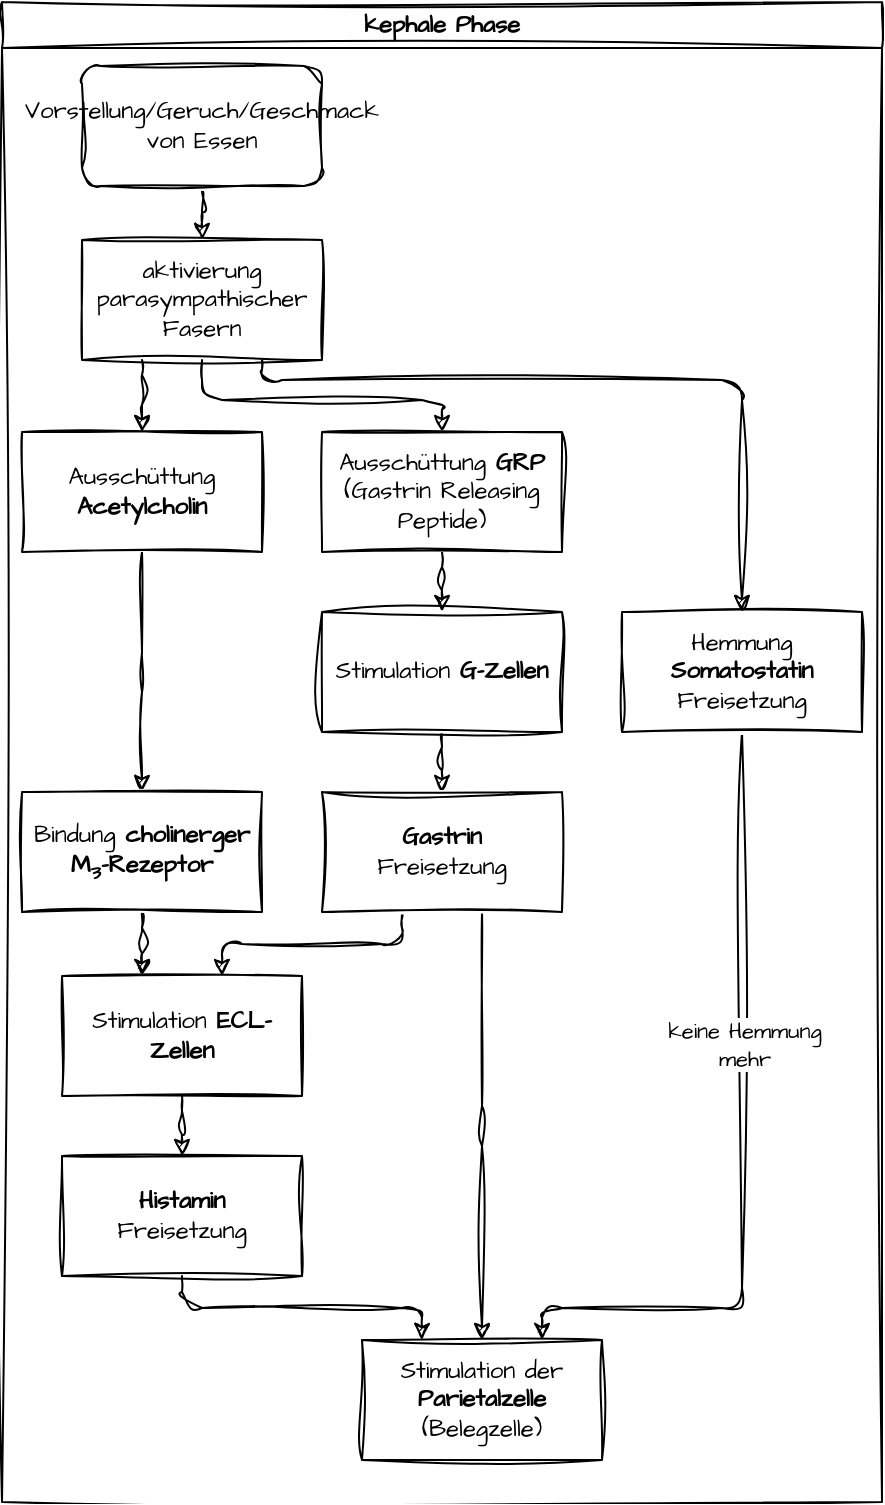
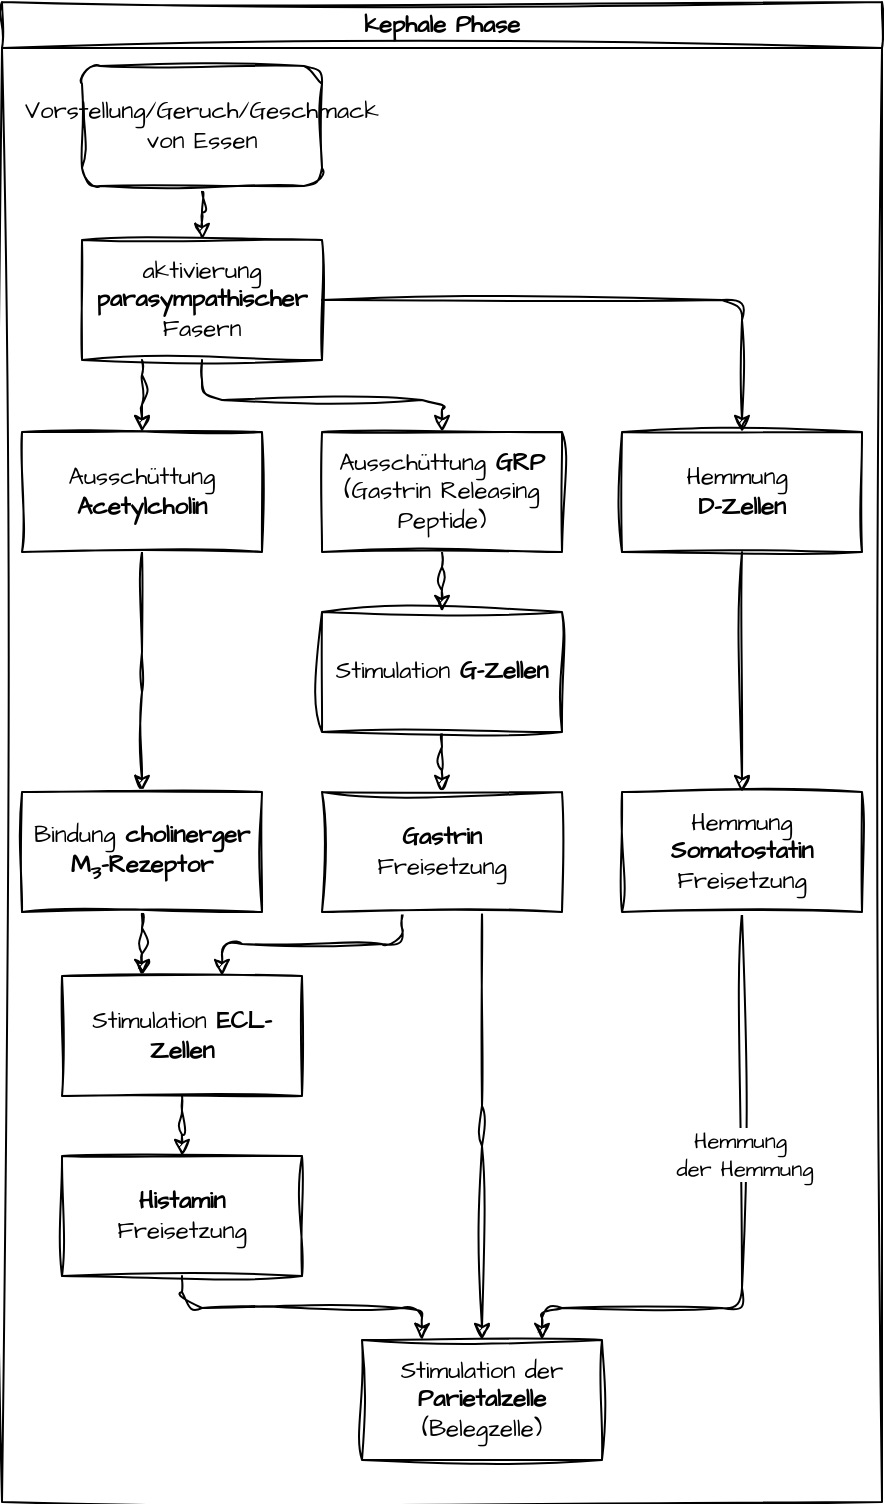
<mxfile host="app.diagrams.net">
  <diagram name="Seite-1" id="ZkxCS-knbjv807ul3-xC">
-     <mxGraphModel dx="1193" dy="740" grid="1" gridSize="10" guides="1" tooltips="1" connect="1" arrows="1" fold="1" page="1" pageScale="1" pageWidth="1169" pageHeight="1169" math="0" shadow="0">
+     <mxGraphModel dx="699" dy="434" grid="1" gridSize="10" guides="1" tooltips="1" connect="1" arrows="1" fold="1" page="1" pageScale="1" pageWidth="1169" pageHeight="1169" math="0" shadow="0">
      <root>
        <mxCell id="0" />
        <mxCell id="1" parent="0" />
        <mxCell id="Gn51nUAQPkRAiKk4klVY-2" parent="1" style="swimlane;whiteSpace=wrap;html=1;sketch=1;hachureGap=4;jiggle=2;curveFitting=1;fontFamily=Architects Daughter;fontSource=https%3A%2F%2Ffonts.googleapis.com%2Fcss%3Ffamily%3DArchitects%2BDaughter;" value="kephale Phase" vertex="1">
          <mxGeometry height="750" width="440" x="70" y="70" as="geometry" />
        </mxCell>
        <mxCell id="Gn51nUAQPkRAiKk4klVY-5" edge="1" parent="Gn51nUAQPkRAiKk4klVY-2" source="Gn51nUAQPkRAiKk4klVY-3" style="rounded=1;sketch=1;hachureGap=4;jiggle=2;curveFitting=1;orthogonalLoop=1;jettySize=auto;html=1;fontFamily=Architects Daughter;fontSource=https%3A%2F%2Ffonts.googleapis.com%2Fcss%3Ffamily%3DArchitects%2BDaughter;curved=0;exitX=0.5;exitY=1;entryX=0.5;entryY=0;edgeStyle=orthogonalEdgeStyle;" target="Gn51nUAQPkRAiKk4klVY-4">
          <mxGeometry relative="1" as="geometry">
            <Array as="points">
              <mxPoint x="100" y="98" />
            </Array>
          </mxGeometry>
        </mxCell>
        <mxCell id="Gn51nUAQPkRAiKk4klVY-3" parent="Gn51nUAQPkRAiKk4klVY-2" style="rounded=1;whiteSpace=wrap;html=1;sketch=1;hachureGap=4;jiggle=2;curveFitting=1;fontFamily=Architects Daughter;fontSource=https%3A%2F%2Ffonts.googleapis.com%2Fcss%3Ffamily%3DArchitects%2BDaughter;" value="Vorstellung/Geruch/Geschmack von Essen" vertex="1">
          <mxGeometry height="60" width="120" x="40" y="32" as="geometry" />
        </mxCell>
        <mxCell id="Gn51nUAQPkRAiKk4klVY-18" edge="1" parent="Gn51nUAQPkRAiKk4klVY-2" source="Gn51nUAQPkRAiKk4klVY-4" style="rounded=1;sketch=1;hachureGap=4;jiggle=2;curveFitting=1;orthogonalLoop=1;jettySize=auto;html=1;fontFamily=Architects Daughter;fontSource=https%3A%2F%2Ffonts.googleapis.com%2Fcss%3Ffamily%3DArchitects%2BDaughter;curved=0;exitX=0.25;exitY=1;entryX=0.5;entryY=0;edgeStyle=orthogonalEdgeStyle;" target="Gn51nUAQPkRAiKk4klVY-6">
          <mxGeometry relative="1" as="geometry">
            <Array as="points">
              <mxPoint x="70" y="194" />
            </Array>
          </mxGeometry>
        </mxCell>
        <mxCell id="Gn51nUAQPkRAiKk4klVY-19" edge="1" parent="Gn51nUAQPkRAiKk4klVY-2" source="Gn51nUAQPkRAiKk4klVY-4" style="rounded=1;sketch=1;hachureGap=4;jiggle=2;curveFitting=1;orthogonalLoop=1;jettySize=auto;html=1;fontFamily=Architects Daughter;fontSource=https%3A%2F%2Ffonts.googleapis.com%2Fcss%3Ffamily%3DArchitects%2BDaughter;curved=0;exitX=0.5;exitY=1;entryX=0.5;entryY=0;edgeStyle=orthogonalEdgeStyle;" target="Gn51nUAQPkRAiKk4klVY-11">
          <mxGeometry relative="1" as="geometry">
            <Array as="points">
              <mxPoint x="100" y="199" />
              <mxPoint x="220" y="199" />
            </Array>
          </mxGeometry>
        </mxCell>
-         <mxCell id="Gn51nUAQPkRAiKk4klVY-25" edge="1" parent="Gn51nUAQPkRAiKk4klVY-2" source="Gn51nUAQPkRAiKk4klVY-4" style="rounded=1;sketch=1;hachureGap=4;jiggle=2;curveFitting=1;orthogonalLoop=1;jettySize=auto;html=1;fontFamily=Architects Daughter;fontSource=https%3A%2F%2Ffonts.googleapis.com%2Fcss%3Ffamily%3DArchitects%2BDaughter;curved=0;exitX=0.75;exitY=1;entryX=0.5;entryY=0;edgeStyle=orthogonalEdgeStyle;" target="Gn51nUAQPkRAiKk4klVY-24">
-           <mxGeometry relative="1" as="geometry">
-             <Array as="points">
-               <mxPoint x="130" y="189" />
-               <mxPoint x="370" y="189" />
-             </Array>
-           </mxGeometry>
-         </mxCell>
-         <mxCell id="Gn51nUAQPkRAiKk4klVY-4" parent="Gn51nUAQPkRAiKk4klVY-2" style="whiteSpace=wrap;html=1;sketch=1;hachureGap=4;jiggle=2;curveFitting=1;fontFamily=Architects Daughter;fontSource=https%3A%2F%2Ffonts.googleapis.com%2Fcss%3Ffamily%3DArchitects%2BDaughter;" value="aktivierung parasympathischer Fasern" vertex="1">
+         <mxCell id="Gn51nUAQPkRAiKk4klVY-4" parent="Gn51nUAQPkRAiKk4klVY-2" style="whiteSpace=wrap;html=1;sketch=1;hachureGap=4;jiggle=2;curveFitting=1;fontFamily=Architects Daughter;fontSource=https%3A%2F%2Ffonts.googleapis.com%2Fcss%3Ffamily%3DArchitects%2BDaughter;" value="aktivierung &lt;b&gt;parasympathischer&lt;/b&gt; Fasern" vertex="1">
          <mxGeometry height="60" width="120" x="40" y="119" as="geometry" />
        </mxCell>
        <mxCell id="Gn51nUAQPkRAiKk4klVY-20" edge="1" parent="Gn51nUAQPkRAiKk4klVY-2" source="Gn51nUAQPkRAiKk4klVY-6" style="rounded=1;sketch=1;hachureGap=4;jiggle=2;curveFitting=1;orthogonalLoop=1;jettySize=auto;html=1;fontFamily=Architects Daughter;fontSource=https%3A%2F%2Ffonts.googleapis.com%2Fcss%3Ffamily%3DArchitects%2BDaughter;curved=0;exitX=0.5;exitY=1;entryX=0.5;entryY=0;edgeStyle=orthogonalEdgeStyle;" target="Gn51nUAQPkRAiKk4klVY-7">
          <mxGeometry relative="1" as="geometry">
            <Array as="points">
              <mxPoint x="70" y="335" />
            </Array>
          </mxGeometry>
        </mxCell>
        <mxCell id="Gn51nUAQPkRAiKk4klVY-6" parent="Gn51nUAQPkRAiKk4klVY-2" style="whiteSpace=wrap;html=1;sketch=1;hachureGap=4;jiggle=2;curveFitting=1;fontFamily=Architects Daughter;fontSource=https%3A%2F%2Ffonts.googleapis.com%2Fcss%3Ffamily%3DArchitects%2BDaughter;" value="Ausschüttung &lt;b&gt;Acetylcholin&lt;/b&gt;" vertex="1">
          <mxGeometry height="60" width="120" x="10" y="215" as="geometry" />
        </mxCell>
        <mxCell id="Gn51nUAQPkRAiKk4klVY-21" edge="1" parent="Gn51nUAQPkRAiKk4klVY-2" source="Gn51nUAQPkRAiKk4klVY-7" style="rounded=1;sketch=1;hachureGap=4;jiggle=2;curveFitting=1;orthogonalLoop=1;jettySize=auto;html=1;fontFamily=Architects Daughter;fontSource=https%3A%2F%2Ffonts.googleapis.com%2Fcss%3Ffamily%3DArchitects%2BDaughter;curved=0;exitX=0.5;exitY=1;entryX=0.3333;entryY=0;edgeStyle=orthogonalEdgeStyle;" target="Gn51nUAQPkRAiKk4klVY-9">
          <mxGeometry relative="1" as="geometry">
            <Array as="points">
              <mxPoint x="70" y="471" />
            </Array>
          </mxGeometry>
        </mxCell>
        <mxCell id="Gn51nUAQPkRAiKk4klVY-7" parent="Gn51nUAQPkRAiKk4klVY-2" style="whiteSpace=wrap;html=1;sketch=1;hachureGap=4;jiggle=2;curveFitting=1;fontFamily=Architects Daughter;fontSource=https%3A%2F%2Ffonts.googleapis.com%2Fcss%3Ffamily%3DArchitects%2BDaughter;" value="Bindung &lt;b&gt;cholinerger M&lt;sub&gt;3&lt;/sub&gt;-Rezeptor&lt;/b&gt;" vertex="1">
          <mxGeometry height="60" width="120" x="10" y="395" as="geometry" />
        </mxCell>
        <mxCell id="Gn51nUAQPkRAiKk4klVY-8" parent="Gn51nUAQPkRAiKk4klVY-2" style="whiteSpace=wrap;html=1;sketch=1;hachureGap=4;jiggle=2;curveFitting=1;fontFamily=Architects Daughter;fontSource=https%3A%2F%2Ffonts.googleapis.com%2Fcss%3Ffamily%3DArchitects%2BDaughter;" value="&lt;div&gt;Stimulation der &lt;b&gt;Parietalzelle&lt;/b&gt;&lt;/div&gt;(Belegzelle)" vertex="1">
          <mxGeometry height="60" width="120" x="180" y="669" as="geometry" />
        </mxCell>
        <mxCell id="Gn51nUAQPkRAiKk4klVY-9" parent="Gn51nUAQPkRAiKk4klVY-2" style="whiteSpace=wrap;html=1;sketch=1;hachureGap=4;jiggle=2;curveFitting=1;fontFamily=Architects Daughter;fontSource=https%3A%2F%2Ffonts.googleapis.com%2Fcss%3Ffamily%3DArchitects%2BDaughter;" value="Stimulation &lt;b&gt;ECL-Zellen&lt;/b&gt;" vertex="1">
          <mxGeometry height="60" width="120" x="30" y="487" as="geometry" />
        </mxCell>
        <mxCell id="Gn51nUAQPkRAiKk4klVY-16" edge="1" parent="Gn51nUAQPkRAiKk4klVY-2" source="Gn51nUAQPkRAiKk4klVY-11" style="rounded=1;sketch=1;hachureGap=4;jiggle=2;curveFitting=1;orthogonalLoop=1;jettySize=auto;html=1;fontFamily=Architects Daughter;fontSource=https%3A%2F%2Ffonts.googleapis.com%2Fcss%3Ffamily%3DArchitects%2BDaughter;curved=0;exitX=0.5;exitY=1;entryX=0.5;entryY=0;edgeStyle=orthogonalEdgeStyle;" target="Gn51nUAQPkRAiKk4klVY-12">
          <mxGeometry relative="1" as="geometry">
            <Array as="points">
              <mxPoint x="220" y="290" />
            </Array>
          </mxGeometry>
        </mxCell>
        <mxCell id="Gn51nUAQPkRAiKk4klVY-11" parent="Gn51nUAQPkRAiKk4klVY-2" style="whiteSpace=wrap;html=1;sketch=1;hachureGap=4;jiggle=2;curveFitting=1;fontFamily=Architects Daughter;fontSource=https%3A%2F%2Ffonts.googleapis.com%2Fcss%3Ffamily%3DArchitects%2BDaughter;" value="Ausschüttung &lt;b&gt;GRP&lt;/b&gt; (Gastrin Releasing Peptide)" vertex="1">
          <mxGeometry height="60" width="120" x="160" y="215" as="geometry" />
        </mxCell>
        <mxCell id="Gn51nUAQPkRAiKk4klVY-17" edge="1" parent="Gn51nUAQPkRAiKk4klVY-2" source="Gn51nUAQPkRAiKk4klVY-12" style="rounded=1;sketch=1;hachureGap=4;jiggle=2;curveFitting=1;orthogonalLoop=1;jettySize=auto;html=1;fontFamily=Architects Daughter;fontSource=https%3A%2F%2Ffonts.googleapis.com%2Fcss%3Ffamily%3DArchitects%2BDaughter;curved=0;exitX=0.5;exitY=1;entryX=0.5;entryY=0;edgeStyle=orthogonalEdgeStyle;" target="Gn51nUAQPkRAiKk4klVY-13">
          <mxGeometry relative="1" as="geometry">
            <Array as="points">
              <mxPoint x="220" y="380" />
            </Array>
          </mxGeometry>
        </mxCell>
        <mxCell id="Gn51nUAQPkRAiKk4klVY-12" parent="Gn51nUAQPkRAiKk4klVY-2" style="whiteSpace=wrap;html=1;sketch=1;hachureGap=4;jiggle=2;curveFitting=1;fontFamily=Architects Daughter;fontSource=https%3A%2F%2Ffonts.googleapis.com%2Fcss%3Ffamily%3DArchitects%2BDaughter;" value="Stimulation&amp;nbsp;&lt;b&gt;G-Zellen&lt;/b&gt;" vertex="1">
          <mxGeometry height="60" width="120" x="160" y="305" as="geometry" />
        </mxCell>
        <mxCell id="Gn51nUAQPkRAiKk4klVY-14" edge="1" parent="Gn51nUAQPkRAiKk4klVY-2" source="Gn51nUAQPkRAiKk4klVY-13" style="rounded=1;sketch=1;hachureGap=4;jiggle=2;curveFitting=1;orthogonalLoop=1;jettySize=auto;html=1;entryDx=0;entryDy=0;fontFamily=Architects Daughter;fontSource=https%3A%2F%2Ffonts.googleapis.com%2Fcss%3Ffamily%3DArchitects%2BDaughter;curved=0;exitX=0.3333;exitY=1;entryX=0.6667;entryY=0;edgeStyle=orthogonalEdgeStyle;" target="Gn51nUAQPkRAiKk4klVY-9">
          <mxGeometry relative="1" as="geometry">
            <Array as="points">
              <mxPoint x="200" y="471" />
              <mxPoint x="110" y="471" />
            </Array>
          </mxGeometry>
        </mxCell>
        <mxCell id="Gn51nUAQPkRAiKk4klVY-15" edge="1" parent="Gn51nUAQPkRAiKk4klVY-2" source="Gn51nUAQPkRAiKk4klVY-13" style="rounded=1;sketch=1;hachureGap=4;jiggle=2;curveFitting=1;orthogonalLoop=1;jettySize=auto;html=1;entryDx=0;entryDy=0;fontFamily=Architects Daughter;fontSource=https%3A%2F%2Ffonts.googleapis.com%2Fcss%3Ffamily%3DArchitects%2BDaughter;curved=0;exitX=0.6667;exitY=1;entryX=0.5;entryY=0;edgeStyle=orthogonalEdgeStyle;" target="Gn51nUAQPkRAiKk4klVY-8">
          <mxGeometry relative="1" as="geometry">
            <Array as="points">
              <mxPoint x="240" y="562" />
            </Array>
          </mxGeometry>
        </mxCell>
        <mxCell id="Gn51nUAQPkRAiKk4klVY-13" parent="Gn51nUAQPkRAiKk4klVY-2" style="whiteSpace=wrap;html=1;sketch=1;hachureGap=4;jiggle=2;curveFitting=1;fontFamily=Architects Daughter;fontSource=https%3A%2F%2Ffonts.googleapis.com%2Fcss%3Ffamily%3DArchitects%2BDaughter;" value="&lt;b&gt;Gastrin&lt;/b&gt;&lt;br&gt;Freisetzung" vertex="1">
          <mxGeometry height="60" width="120" x="160" y="395" as="geometry" />
        </mxCell>
        <mxCell id="Gn51nUAQPkRAiKk4klVY-26" edge="1" parent="Gn51nUAQPkRAiKk4klVY-2" source="Gn51nUAQPkRAiKk4klVY-24" style="rounded=1;sketch=1;hachureGap=4;jiggle=2;curveFitting=1;orthogonalLoop=1;jettySize=auto;html=1;fontFamily=Architects Daughter;fontSource=https%3A%2F%2Ffonts.googleapis.com%2Fcss%3Ffamily%3DArchitects%2BDaughter;curved=0;exitX=0.5;exitY=1;entryX=0.75;entryY=0;edgeStyle=orthogonalEdgeStyle;" target="Gn51nUAQPkRAiKk4klVY-8">
          <mxGeometry relative="1" as="geometry">
            <Array as="points">
              <mxPoint x="370" y="653" />
              <mxPoint x="270" y="653" />
            </Array>
          </mxGeometry>
        </mxCell>
-         <mxCell id="Gn51nUAQPkRAiKk4klVY-27" connectable="0" parent="Gn51nUAQPkRAiKk4klVY-26" style="edgeLabel;html=1;align=center;verticalAlign=middle;resizable=0;points=[];fontFamily=Architects Daughter;fontSource=https%3A%2F%2Ffonts.googleapis.com%2Fcss%3Ffamily%3DArchitects%2BDaughter;" value="keine Hemmung&lt;br&gt;mehr" vertex="1">
+         <mxCell id="Gn51nUAQPkRAiKk4klVY-27" connectable="0" parent="Gn51nUAQPkRAiKk4klVY-26" style="edgeLabel;html=1;align=center;verticalAlign=middle;resizable=0;points=[];fontFamily=Architects Daughter;fontSource=https%3A%2F%2Ffonts.googleapis.com%2Fcss%3Ffamily%3DArchitects%2BDaughter;" value="Hemmung&amp;nbsp;&lt;br&gt;der Hemmung" vertex="1">
          <mxGeometry relative="1" x="-0.23" y="1" as="geometry">
            <mxPoint as="offset" />
          </mxGeometry>
        </mxCell>
        <mxCell id="Gn51nUAQPkRAiKk4klVY-24" parent="Gn51nUAQPkRAiKk4klVY-2" style="whiteSpace=wrap;html=1;sketch=1;hachureGap=4;jiggle=2;curveFitting=1;fontFamily=Architects Daughter;fontSource=https%3A%2F%2Ffonts.googleapis.com%2Fcss%3Ffamily%3DArchitects%2BDaughter;" value="Hemmung&lt;br&gt;&lt;b&gt;Somatostatin&lt;/b&gt; Freisetzung" vertex="1">
-           <mxGeometry height="60" width="120" x="310" y="305" as="geometry" />
+           <mxGeometry height="60" width="120" x="310" y="395" as="geometry" />
        </mxCell>
        <mxCell id="Gn51nUAQPkRAiKk4klVY-10" parent="Gn51nUAQPkRAiKk4klVY-2" style="whiteSpace=wrap;html=1;sketch=1;hachureGap=4;jiggle=2;curveFitting=1;fontFamily=Architects Daughter;fontSource=https%3A%2F%2Ffonts.googleapis.com%2Fcss%3Ffamily%3DArchitects%2BDaughter;" value="&lt;b&gt;Histamin&lt;/b&gt;&lt;br&gt;Freisetzung" vertex="1">
          <mxGeometry height="60" width="120" x="30" y="577" as="geometry" />
        </mxCell>
        <mxCell id="Gn51nUAQPkRAiKk4klVY-22" edge="1" parent="Gn51nUAQPkRAiKk4klVY-2" source="Gn51nUAQPkRAiKk4klVY-9" style="rounded=1;sketch=1;hachureGap=4;jiggle=2;curveFitting=1;orthogonalLoop=1;jettySize=auto;html=1;fontFamily=Architects Daughter;fontSource=https%3A%2F%2Ffonts.googleapis.com%2Fcss%3Ffamily%3DArchitects%2BDaughter;curved=0;exitX=0.5;exitY=1;entryX=0.5;entryY=0;edgeStyle=orthogonalEdgeStyle;" target="Gn51nUAQPkRAiKk4klVY-10">
          <mxGeometry relative="1" as="geometry">
            <Array as="points">
              <mxPoint x="90" y="562" />
            </Array>
          </mxGeometry>
        </mxCell>
        <mxCell id="Gn51nUAQPkRAiKk4klVY-23" edge="1" parent="Gn51nUAQPkRAiKk4klVY-2" source="Gn51nUAQPkRAiKk4klVY-10" style="rounded=1;sketch=1;hachureGap=4;jiggle=2;curveFitting=1;orthogonalLoop=1;jettySize=auto;html=1;fontFamily=Architects Daughter;fontSource=https%3A%2F%2Ffonts.googleapis.com%2Fcss%3Ffamily%3DArchitects%2BDaughter;curved=0;exitX=0.5;exitY=1;entryX=0.25;entryY=0;edgeStyle=orthogonalEdgeStyle;" target="Gn51nUAQPkRAiKk4klVY-8">
          <mxGeometry relative="1" as="geometry">
            <Array as="points">
              <mxPoint x="90" y="653" />
              <mxPoint x="210" y="653" />
            </Array>
          </mxGeometry>
        </mxCell>
+         <mxCell id="Gn51nUAQPkRAiKk4klVY-30" edge="1" parent="Gn51nUAQPkRAiKk4klVY-2" source="Gn51nUAQPkRAiKk4klVY-28" style="edgeStyle=orthogonalEdgeStyle;rounded=0;sketch=1;hachureGap=4;jiggle=2;curveFitting=1;orthogonalLoop=1;jettySize=auto;html=1;fontFamily=Architects Daughter;fontSource=https%3A%2F%2Ffonts.googleapis.com%2Fcss%3Ffamily%3DArchitects%2BDaughter;" target="Gn51nUAQPkRAiKk4klVY-24">
+           <mxGeometry relative="1" as="geometry" />
+         </mxCell>
+         <mxCell id="Gn51nUAQPkRAiKk4klVY-28" parent="Gn51nUAQPkRAiKk4klVY-2" style="whiteSpace=wrap;html=1;sketch=1;hachureGap=4;jiggle=2;curveFitting=1;fontFamily=Architects Daughter;fontSource=https%3A%2F%2Ffonts.googleapis.com%2Fcss%3Ffamily%3DArchitects%2BDaughter;" value="Hemmung&amp;nbsp;&lt;br&gt;&lt;b&gt;D-Zellen&lt;/b&gt;" vertex="1">
+           <mxGeometry height="60" width="120" x="310" y="215" as="geometry" />
+         </mxCell>
+         <mxCell id="Gn51nUAQPkRAiKk4klVY-29" edge="1" parent="Gn51nUAQPkRAiKk4klVY-2" source="Gn51nUAQPkRAiKk4klVY-4" style="rounded=1;sketch=1;hachureGap=4;jiggle=2;curveFitting=1;orthogonalLoop=1;jettySize=auto;html=1;fontFamily=Architects Daughter;fontSource=https%3A%2F%2Ffonts.googleapis.com%2Fcss%3Ffamily%3DArchitects%2BDaughter;curved=0;exitX=1;exitY=0.5;entryX=0.5;entryY=0;edgeStyle=orthogonalEdgeStyle;exitDx=0;exitDy=0;" target="Gn51nUAQPkRAiKk4klVY-28" value="">
+           <mxGeometry relative="1" as="geometry">
+             <Array as="points" />
+             <mxPoint x="200" y="249" as="sourcePoint" />
+             <mxPoint x="440" y="375" as="targetPoint" />
+           </mxGeometry>
+         </mxCell>
      </root>
    </mxGraphModel>
  </diagram>
</mxfile>
